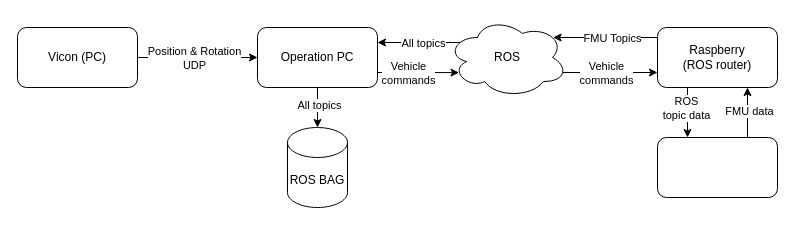
Above: DrawIOFiler/DataFlowDiagram.drawio in jens1906/Robotteknologi-4.-semester (draw.io), before the change. Source tidied: cells renumbered, new cells numbered last; positions are measured from the earlier drawing's top-left corner, leaving out a move shared by most shapes. Both pictures are drawn from the tidied source at 100%, with x=0, y=0 at pixel (17, 17).
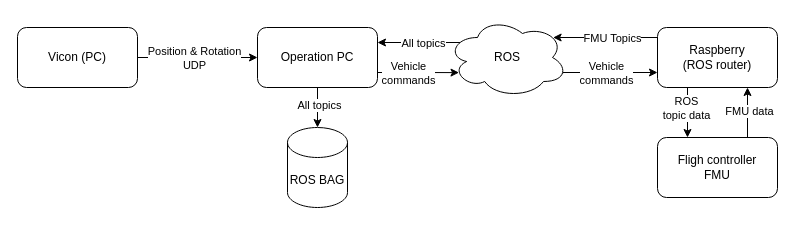
After the change.

What changed in the source:
```diff
@@
-    <mxCell id="19" style="rounded=1;whiteSpace=wrap;html=1;" parent="1" vertex="1">
+    <mxCell id="19" value="Fligh controller&lt;br&gt;FMU" style="rounded=1;whiteSpace=wrap;html=1;" parent="1" vertex="1">
       <mxGeometry x="640" y="120" width="120" height="60" as="geometry" />
     </mxCell>
```
